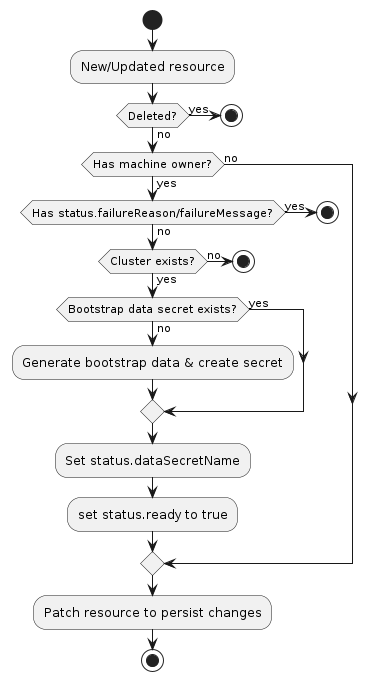
Above: docs/book/src/images/bootstrap-provider.png in kubernetes-sigs/cluster-api (PlantUML), before the change. The source it was exported from:
```plantuml
@startuml

start

:New/Updated resource;

if (Deleted?) then (yes)
    stop
else (no)
    if (Has machine owner?) then (yes)
        if (Has status.failureReason/failureMessage?) then (yes)
            stop
        else (no)
            if (Cluster exists?) then (no)
                stop
            else (yes)
                if (Bootstrap data secret exists?) then (no)
                    :Generate bootstrap data & create secret;
                else (yes)
                endif

                :Set status.dataSecretName;
                :set status.ready to true;
            endif
        endif
    else (no)
    endif
endif
:Patch resource to persist changes;
stop

@enduml
```
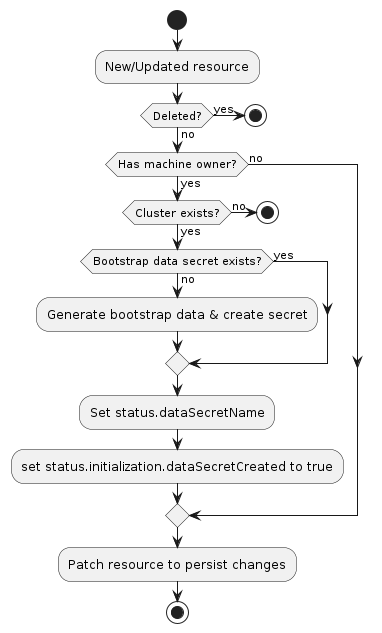
After the change.

The edit, as a diff of the source:
```diff
@@ -8,20 +8,16 @@
     stop
 else (no)
     if (Has machine owner?) then (yes)
-        if (Has status.failureReason/failureMessage?) then (yes)
+        if (Cluster exists?) then (no)
             stop
-        else (no)
-            if (Cluster exists?) then (no)
-                stop
+        else (yes)
+            if (Bootstrap data secret exists?) then (no)
+                :Generate bootstrap data & create secret;
             else (yes)
-                if (Bootstrap data secret exists?) then (no)
-                    :Generate bootstrap data & create secret;
-                else (yes)
-                endif
+            endif
 
-                :Set status.dataSecretName;
-                :set status.ready to true;
-            endif
+            :Set status.dataSecretName;
+            :set status.initialization.dataSecretCreated to true;
         endif
     else (no)
     endif
```
